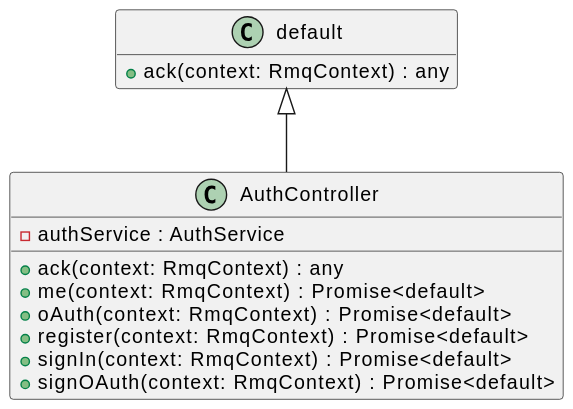
Above: assets/AuthController-umlClassDiagram-17.svg in Nathandelenclos/Area (PlantUML), before the change.
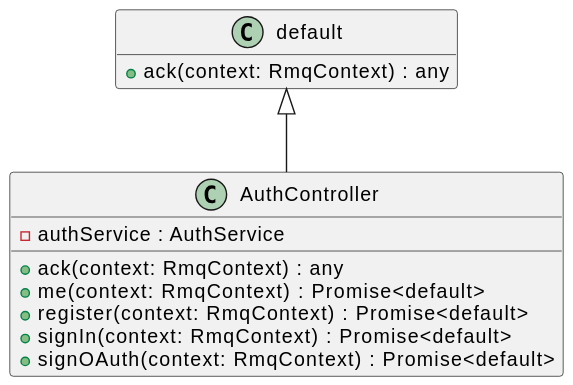
After the change.

What changed in the source:
```diff
@@ -6,7 +6,6 @@
     -authService : AuthService
     +ack(context: RmqContext) : any
     +me(context: RmqContext) : Promise<default>
-    +oAuth(context: RmqContext) : Promise<default>
     +register(context: RmqContext) : Promise<default>
     +signIn(context: RmqContext) : Promise<default>
     +signOAuth(context: RmqContext) : Promise<default>
```
